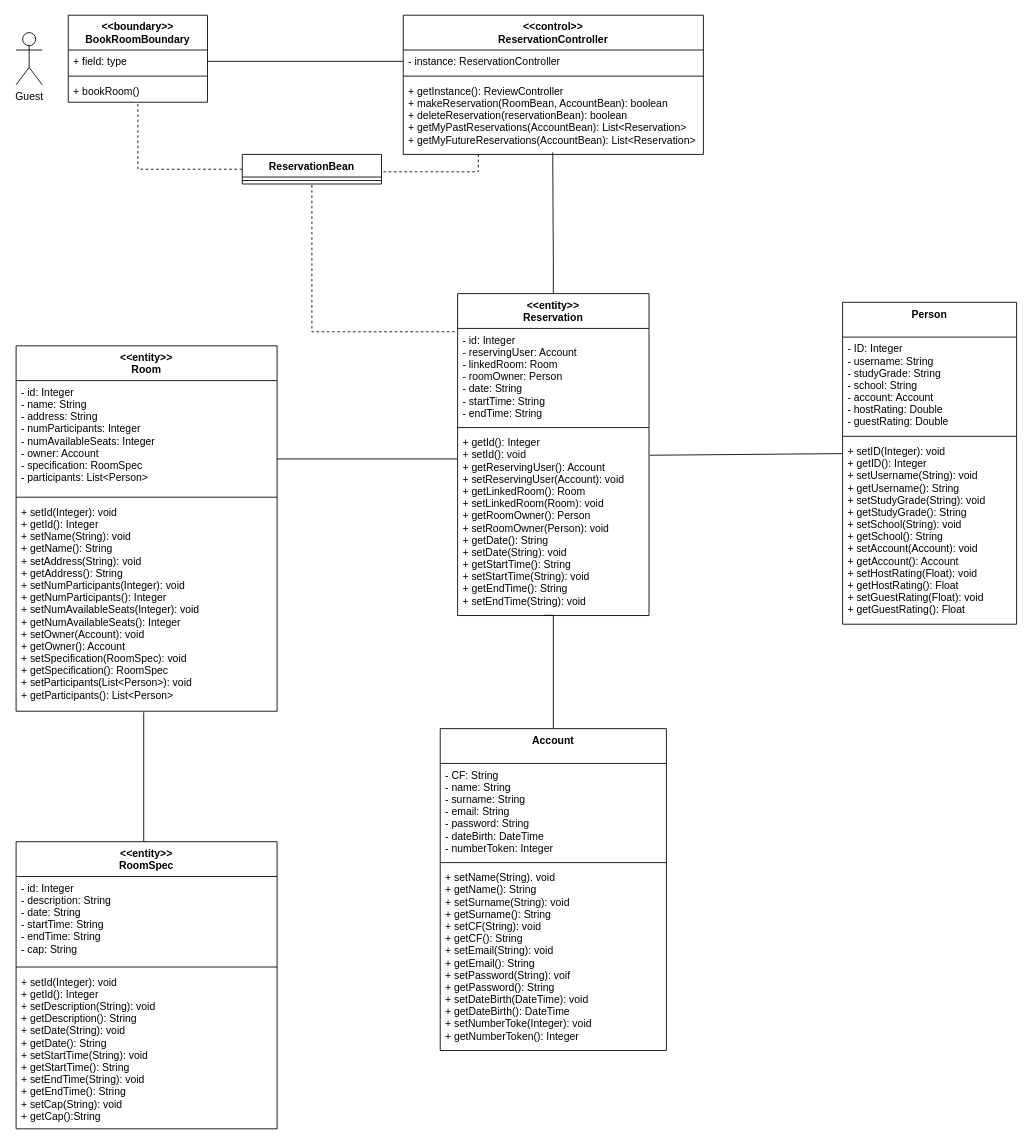
nic-agos/DoveStudi keeps this draw.io diagram as Deliverables/VoPC/VoPC BookRoom.drawio. Above is the earlier version. Source tidied: cells renumbered, new cells numbered last; positions are measured from the earlier drawing's top-left corner, leaving out a move shared by most shapes. Both pictures are drawn from the tidied source at 87%, with x=0, y=0 at pixel (16, 15).
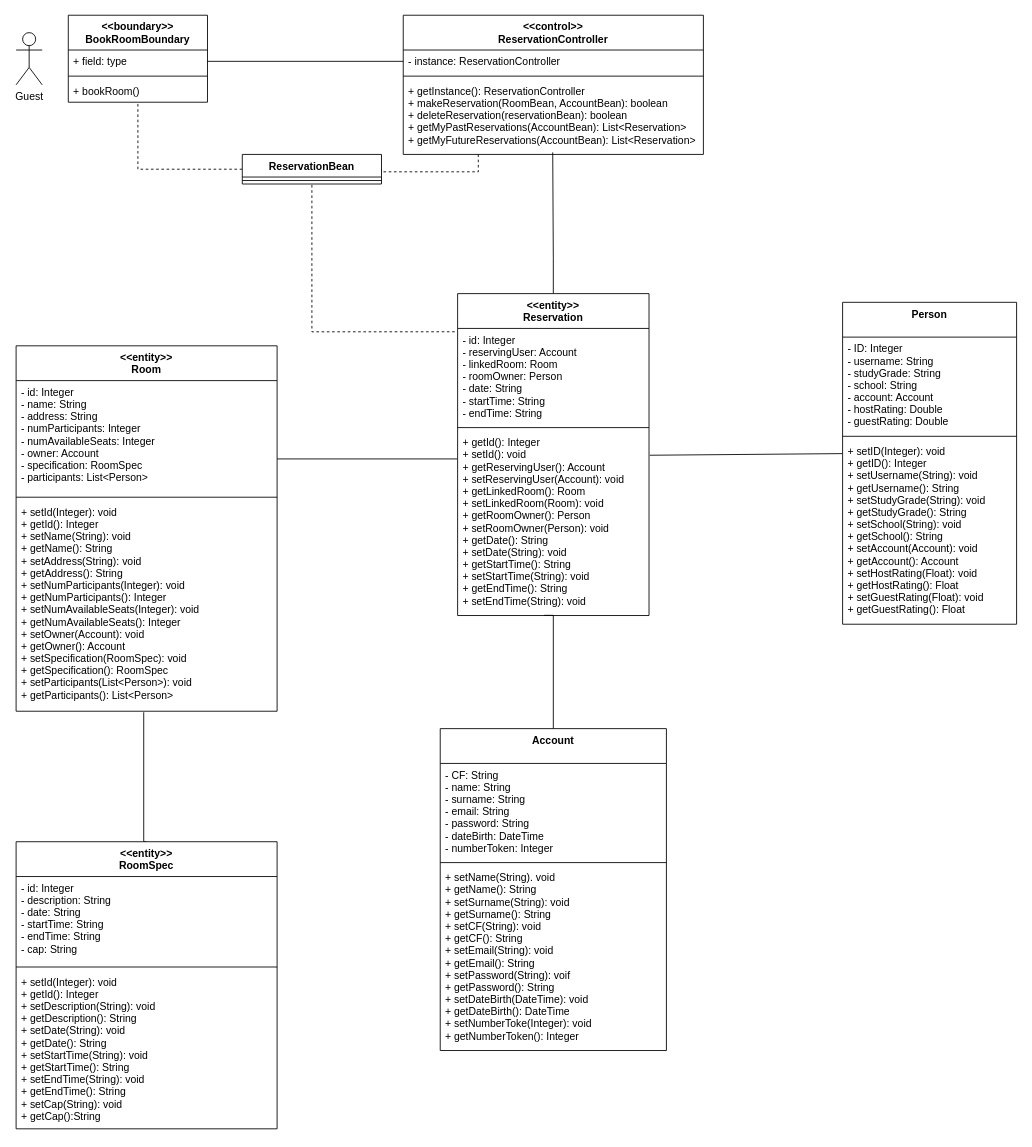
The same diagram, later.

Unchanged cells that the change refers to:
```xml
<mxCell id="3" value="&lt;&lt;control&gt;&gt;&#10;ReservationController" style="swimlane;fontStyle=1;align=center;verticalAlign=top;horizontal=1;startSize=40;" parent="1" vertex="1">
  <mxGeometry x="445" width="345" height="160" as="geometry" />
</mxCell>
```

Change to the diagram source:
```diff
@@
-    <mxCell id="6" value="+ getInstance(): ReviewController&#10;+ makeReservation(RoomBean, AccountBean): boolean&#10;+ deleteReservation(reservationBean): boolean&#10;+ getMyPastReservations(AccountBean): List&lt;Reservation&gt;&#10;+ getMyFutureReservations(AccountBean): List&lt;Reservation&gt;&#10;&#10;" style="text;strokeColor=none;fillColor=none;align=left;verticalAlign=top;spacingLeft=4;spacingRight=4;overflow=hidden;points=[[0,0.5],[1,0.5]];portConstraint=eastwest;" parent="3" vertex="1">
+    <mxCell id="6" value="+ getInstance(): ReservationController&#10;+ makeReservation(RoomBean, AccountBean): boolean&#10;+ deleteReservation(reservationBean): boolean&#10;+ getMyPastReservations(AccountBean): List&lt;Reservation&gt;&#10;+ getMyFutureReservations(AccountBean): List&lt;Reservation&gt;&#10;&#10;" style="text;strokeColor=none;fillColor=none;align=left;verticalAlign=top;spacingLeft=4;spacingRight=4;overflow=hidden;points=[[0,0.5],[1,0.5]];portConstraint=eastwest;" parent="3" vertex="1">
       <mxGeometry y="74" width="345" height="86" as="geometry" />
     </mxCell>
```
